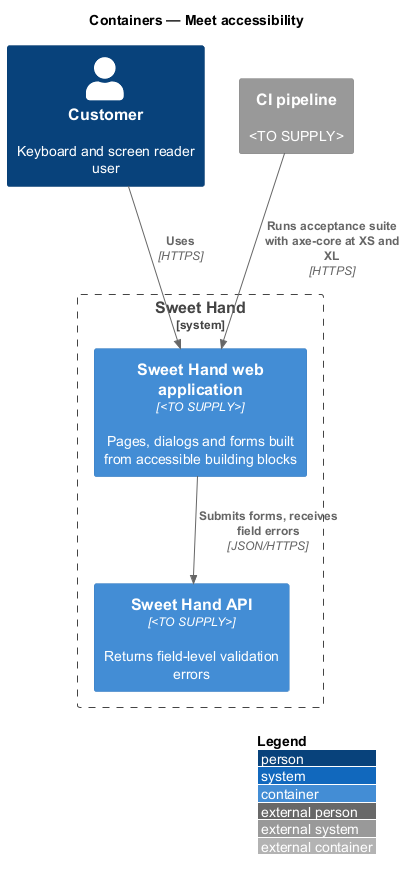
QuinntyneBrown/sweet-hand keeps this PlantUML diagram as docs/detailed-designs/platform/meet-accessibility/diagrams/c4-container.png. Above is the earlier version.
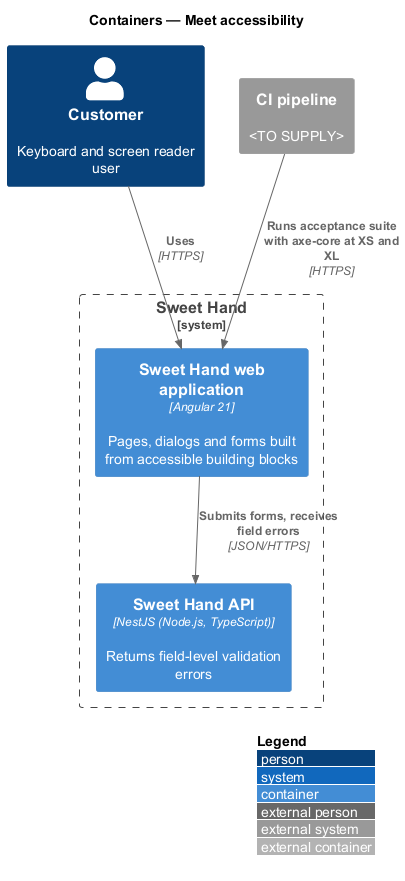
Later version of the same file.

Change to the diagram source:
```diff
@@ -6,8 +6,8 @@
 Person(customer, "Customer", "Keyboard and screen reader user")
 System_Ext(ci, "CI pipeline", "<TO SUPPLY>")
 System_Boundary(sweethand, "Sweet Hand") {
-  Container(web, "Sweet Hand web application", "<TO SUPPLY>", "Pages, dialogs and forms built from accessible building blocks")
-  Container(api, "Sweet Hand API", "<TO SUPPLY>", "Returns field-level validation errors")
+  Container(web, "Sweet Hand web application", "Angular 21", "Pages, dialogs and forms built from accessible building blocks")
+  Container(api, "Sweet Hand API", "NestJS (Node.js, TypeScript)", "Returns field-level validation errors")
 }
 
 Rel(customer, web, "Uses", "HTTPS")
```
